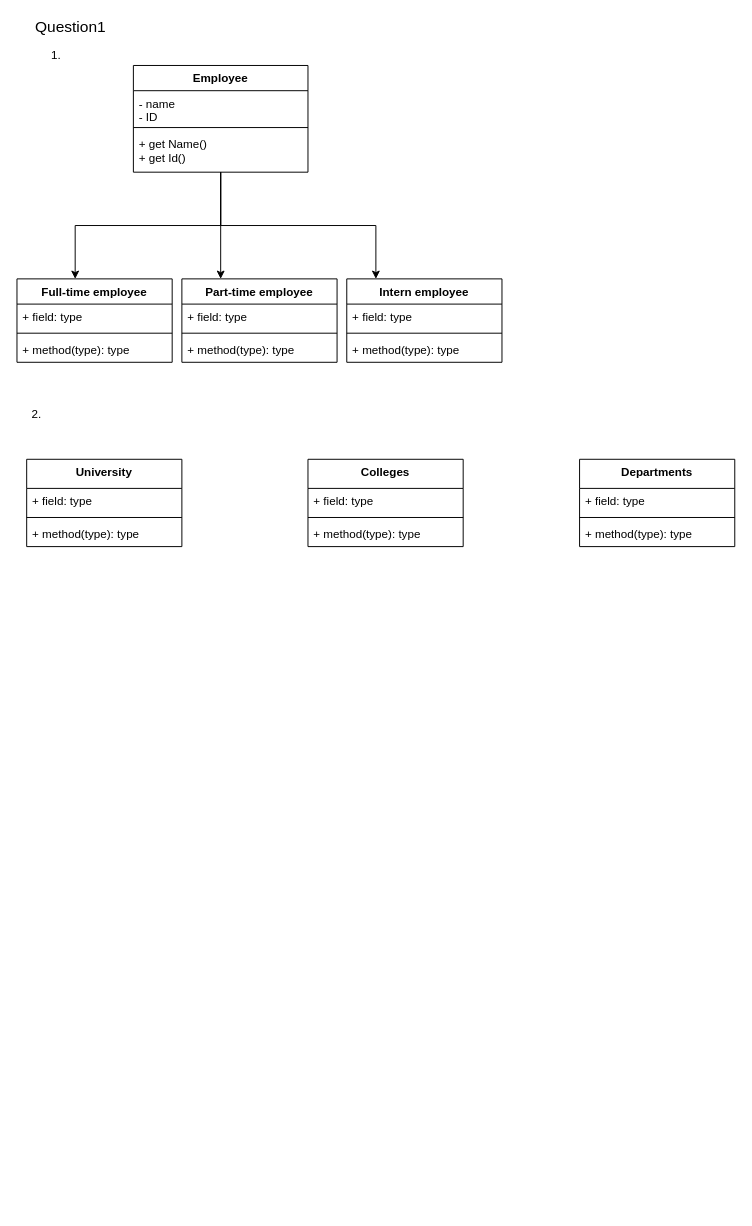
This is Yuhao/Untitled Diagram.drawio from 1kzpro/international, a draw.io file, before an edit. Source tidied: cells renumbered, new cells numbered last; positions are measured from the earlier drawing's top-left corner, leaving out a move shared by most shapes. Both pictures are drawn from the tidied source at 97%, with x=0, y=0 at pixel (16, 16).
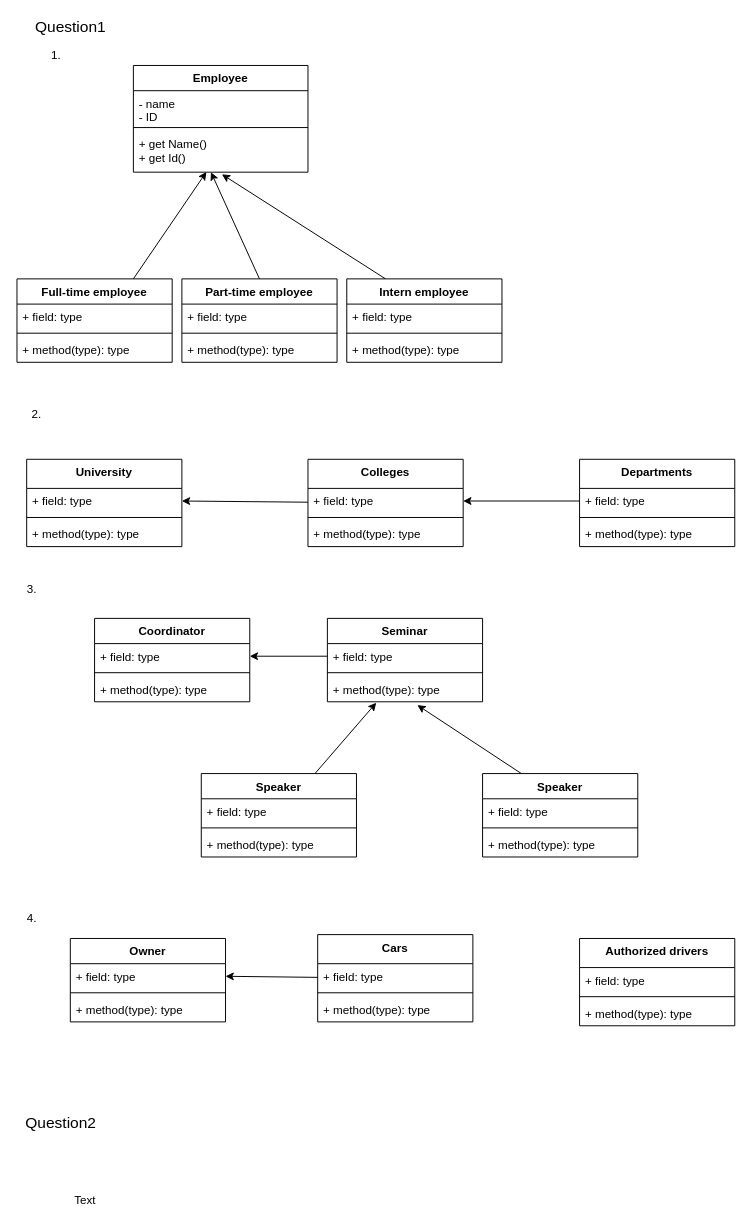
The same diagram, later.

Unchanged cells that the change refers to:
```xml
<mxCell id="7" value="Employee" style="swimlane;fontStyle=1;align=center;verticalAlign=top;horizontal=1;startSize=26;" parent="1" vertex="1">
  <mxGeometry x="120" y="50" width="180" height="110" as="geometry" />
</mxCell>
<mxCell id="10" value="+ get Name()&#10;+ get Id()" style="text;strokeColor=none;fillColor=none;align=left;verticalAlign=top;spacingLeft=4;spacingRight=4;overflow=hidden;points=[[0,0.5],[1,0.5]];portConstraint=eastwest;" parent="7" vertex="1">
  <mxGeometry y="68" width="180" height="42" as="geometry" />
</mxCell>
<mxCell id="11" value="Intern employee" style="swimlane;fontStyle=1;align=center;verticalAlign=top;horizontal=1;startSize=26;" parent="1" vertex="1">
  <mxGeometry x="340" y="270" width="160" height="86" as="geometry" />
</mxCell>
<mxCell id="15" value="Part-time employee" style="swimlane;fontStyle=1;align=center;verticalAlign=top;horizontal=1;startSize=26;" parent="1" vertex="1">
  <mxGeometry x="170" y="270" width="160" height="86" as="geometry" />
</mxCell>
<mxCell id="19" value="Full-time employee" style="swimlane;fontStyle=1;align=center;verticalAlign=top;horizontal=1;startSize=26;" parent="1" vertex="1">
  <mxGeometry y="270" width="160" height="86" as="geometry" />
</mxCell>
<mxCell id="25" value="+ field: type" style="text;strokeColor=none;fillColor=none;align=left;verticalAlign=top;spacingLeft=4;spacingRight=4;overflow=hidden;points=[[0,0.5],[1,0.5]];portConstraint=eastwest;" parent="24" vertex="1">
  <mxGeometry y="30" width="160" height="26" as="geometry" />
</mxCell>
<mxCell id="28" value="Colleges" style="swimlane;fontStyle=1;align=center;verticalAlign=top;horizontal=1;startSize=30;" parent="1" vertex="1">
  <mxGeometry x="300" y="456" width="160" height="90" as="geometry" />
</mxCell>
<mxCell id="29" value="+ field: type" style="text;strokeColor=none;fillColor=none;align=left;verticalAlign=top;spacingLeft=4;spacingRight=4;overflow=hidden;points=[[0,0.5],[1,0.5]];portConstraint=eastwest;" parent="28" vertex="1">
  <mxGeometry y="30" width="160" height="26" as="geometry" />
</mxCell>
<mxCell id="33" value="+ field: type" style="text;strokeColor=none;fillColor=none;align=left;verticalAlign=top;spacingLeft=4;spacingRight=4;overflow=hidden;points=[[0,0.5],[1,0.5]];portConstraint=eastwest;" parent="32" vertex="1">
  <mxGeometry y="30" width="160" height="26" as="geometry" />
</mxCell>
```

Change to the diagram source:
```diff
@@
-    <mxCell id="4" style="edgeStyle=orthogonalEdgeStyle;rounded=0;jettySize=auto;html=1;" parent="1" edge="1" source="10">
-      <mxGeometry relative="1" as="geometry">
-        <mxPoint x="60" y="270" as="targetPoint" />
-        <Array as="points">
-          <mxPoint x="210" y="215" />
-          <mxPoint x="60" y="215" />
-        </Array>
-      </mxGeometry>
-    </mxCell>
-    <mxCell id="5" style="edgeStyle=orthogonalEdgeStyle;rounded=0;jettySize=auto;html=1;" parent="1" edge="1" source="7">
-      <mxGeometry relative="1" as="geometry">
-        <mxPoint x="370" y="270" as="targetPoint" />
-        <Array as="points">
-          <mxPoint x="210" y="215" />
-          <mxPoint x="370" y="215" />
-          <mxPoint x="370" y="270" />
-        </Array>
-      </mxGeometry>
-    </mxCell>
-    <mxCell id="6" style="edgeStyle=orthogonalEdgeStyle;rounded=0;jettySize=auto;html=1;" parent="1" edge="1" source="7">
-      <mxGeometry relative="1" as="geometry">
-        <mxPoint x="210" y="270" as="targetPoint" />
-      </mxGeometry>
-    </mxCell>
@@
+    <mxCell id="36" style="edgeStyle=none;rounded=0;jettySize=auto;html=1;exitX=0.25;exitY=0;exitDx=0;exitDy=0;entryX=0.507;entryY=1.052;entryDx=0;entryDy=0;entryPerimeter=0;" parent="1" edge="1" source="11" target="10">
+      <mxGeometry relative="1" as="geometry" />
+    </mxCell>
@@
+    <mxCell id="37" style="edgeStyle=none;rounded=0;jettySize=auto;html=1;exitX=0.5;exitY=0;exitDx=0;exitDy=0;" parent="1" edge="1" source="15">
+      <mxGeometry relative="1" as="geometry">
+        <mxPoint x="200" y="160" as="targetPoint" />
+      </mxGeometry>
+    </mxCell>
@@
+    <mxCell id="38" style="edgeStyle=none;rounded=0;jettySize=auto;html=1;exitX=0.75;exitY=0;exitDx=0;exitDy=0;entryX=0.418;entryY=0.995;entryDx=0;entryDy=0;entryPerimeter=0;" parent="1" edge="1" source="19" target="10">
+      <mxGeometry relative="1" as="geometry" />
+    </mxCell>
@@
+    <mxCell id="39" style="edgeStyle=none;rounded=0;jettySize=auto;html=1;entryX=1;entryY=0.5;entryDx=0;entryDy=0;" parent="1" edge="1" source="28" target="25">
+      <mxGeometry relative="1" as="geometry" />
+    </mxCell>
@@
+    <mxCell id="40" style="edgeStyle=none;rounded=0;jettySize=auto;html=1;entryX=1;entryY=0.5;entryDx=0;entryDy=0;" parent="1" edge="1" source="33" target="29">
+      <mxGeometry relative="1" as="geometry" />
+    </mxCell>
+    <mxCell id="41" value="3." style="text;html=1;align=center;verticalAlign=middle;fillColor=none;strokeColor=none;rounded=0;" parent="1" vertex="1">
+      <mxGeometry y="580" width="30" height="20" as="geometry" />
+    </mxCell>
+    <mxCell id="42" value="Coordinator" style="swimlane;fontStyle=1;align=center;verticalAlign=top;horizontal=1;startSize=26;" parent="1" vertex="1">
+      <mxGeometry x="80" y="620" width="160" height="86" as="geometry" />
+    </mxCell>
+    <mxCell id="43" value="+ field: type" style="text;strokeColor=none;fillColor=none;align=left;verticalAlign=top;spacingLeft=4;spacingRight=4;overflow=hidden;points=[[0,0.5],[1,0.5]];portConstraint=eastwest;" parent="42" vertex="1">
+      <mxGeometry y="26" width="160" height="26" as="geometry" />
+    </mxCell>
+    <mxCell id="44" style="line;strokeWidth=1;fillColor=none;align=left;verticalAlign=middle;spacingTop=-1;spacingLeft=3;spacingRight=3;labelPosition=right;" parent="42" vertex="1">
+      <mxGeometry y="52" width="160" height="8" as="geometry" />
+    </mxCell>
+    <mxCell id="45" value="+ method(type): type" style="text;strokeColor=none;fillColor=none;align=left;verticalAlign=top;spacingLeft=4;spacingRight=4;overflow=hidden;" parent="42" vertex="1">
+      <mxGeometry y="60" width="160" height="26" as="geometry" />
+    </mxCell>
+    <mxCell id="46" style="edgeStyle=none;rounded=0;jettySize=auto;html=1;entryX=0.315;entryY=1.038;entryDx=0;entryDy=0;entryPerimeter=0;" parent="1" edge="1" source="47" target="59">
+      <mxGeometry relative="1" as="geometry" />
+    </mxCell>
+    <mxCell id="47" value="Speaker" style="swimlane;fontStyle=1;align=center;verticalAlign=top;horizontal=1;startSize=26;" parent="1" vertex="1">
+      <mxGeometry x="190" y="780" width="160" height="86" as="geometry" />
+    </mxCell>
+    <mxCell id="48" value="+ field: type" style="text;strokeColor=none;fillColor=none;align=left;verticalAlign=top;spacingLeft=4;spacingRight=4;overflow=hidden;" parent="47" vertex="1">
+      <mxGeometry y="26" width="160" height="26" as="geometry" />
+    </mxCell>
+    <mxCell id="49" style="line;strokeWidth=1;fillColor=none;align=left;verticalAlign=middle;spacingTop=-1;spacingLeft=3;spacingRight=3;labelPosition=right;" parent="47" vertex="1">
+      <mxGeometry y="52" width="160" height="8" as="geometry" />
+    </mxCell>
+    <mxCell id="50" value="+ method(type): type" style="text;strokeColor=none;fillColor=none;align=left;verticalAlign=top;spacingLeft=4;spacingRight=4;overflow=hidden;" parent="47" vertex="1">
+      <mxGeometry y="60" width="160" height="26" as="geometry" />
+    </mxCell>
+    <mxCell id="51" style="edgeStyle=none;rounded=0;jettySize=auto;html=1;exitX=0.25;exitY=0;exitDx=0;exitDy=0;entryX=0.58;entryY=1.131;entryDx=0;entryDy=0;entryPerimeter=0;" parent="1" edge="1" source="52" target="59">
+      <mxGeometry relative="1" as="geometry" />
+    </mxCell>
+    <mxCell id="52" value="Speaker" style="swimlane;fontStyle=1;align=center;verticalAlign=top;horizontal=1;startSize=26;" parent="1" vertex="1">
+      <mxGeometry x="480" y="780" width="160" height="86" as="geometry" />
+    </mxCell>
+    <mxCell id="53" value="+ field: type" style="text;strokeColor=none;fillColor=none;align=left;verticalAlign=top;spacingLeft=4;spacingRight=4;overflow=hidden;" parent="52" vertex="1">
+      <mxGeometry y="26" width="160" height="26" as="geometry" />
+    </mxCell>
+    <mxCell id="54" style="line;strokeWidth=1;fillColor=none;align=left;verticalAlign=middle;spacingTop=-1;spacingLeft=3;spacingRight=3;labelPosition=right;" parent="52" vertex="1">
+      <mxGeometry y="52" width="160" height="8" as="geometry" />
+    </mxCell>
+    <mxCell id="55" value="+ method(type): type" style="text;strokeColor=none;fillColor=none;align=left;verticalAlign=top;spacingLeft=4;spacingRight=4;overflow=hidden;" parent="52" vertex="1">
+      <mxGeometry y="60" width="160" height="26" as="geometry" />
+    </mxCell>
+    <mxCell id="56" value="Seminar" style="swimlane;fontStyle=1;align=center;verticalAlign=top;horizontal=1;startSize=26;" parent="1" vertex="1">
+      <mxGeometry x="320" y="620" width="160" height="86" as="geometry" />
+    </mxCell>
+    <mxCell id="57" value="+ field: type" style="text;strokeColor=none;fillColor=none;align=left;verticalAlign=top;spacingLeft=4;spacingRight=4;overflow=hidden;points=[[0,0.5],[1,0.5]];portConstraint=eastwest;" parent="56" vertex="1">
+      <mxGeometry y="26" width="160" height="26" as="geometry" />
+    </mxCell>
+    <mxCell id="58" style="line;strokeWidth=1;fillColor=none;align=left;verticalAlign=middle;spacingTop=-1;spacingLeft=3;spacingRight=3;labelPosition=right;" parent="56" vertex="1">
+      <mxGeometry y="52" width="160" height="8" as="geometry" />
+    </mxCell>
+    <mxCell id="59" value="+ method(type): type" style="text;strokeColor=none;fillColor=none;align=left;verticalAlign=top;spacingLeft=4;spacingRight=4;overflow=hidden;points=[[0,0.5],[1,0.5]];portConstraint=eastwest;" parent="56" vertex="1">
+      <mxGeometry y="60" width="160" height="26" as="geometry" />
+    </mxCell>
+    <mxCell id="60" style="edgeStyle=none;rounded=0;jettySize=auto;html=1;exitX=0;exitY=0.5;exitDx=0;exitDy=0;entryX=1;entryY=0.5;entryDx=0;entryDy=0;" parent="1" edge="1" source="57" target="43">
+      <mxGeometry relative="1" as="geometry" />
+    </mxCell>
+    <mxCell id="61" value="4." style="text;html=1;align=center;verticalAlign=middle;fillColor=none;strokeColor=none;rounded=0;" parent="1" vertex="1">
+      <mxGeometry y="920" width="30" height="20" as="geometry" />
+    </mxCell>
+    <mxCell id="62" style="edgeStyle=none;rounded=0;jettySize=auto;html=1;entryX=1;entryY=0.5;entryDx=0;entryDy=0;" parent="1" edge="1" source="63" target="68">
+      <mxGeometry relative="1" as="geometry" />
+    </mxCell>
+    <mxCell id="63" value="Cars" style="swimlane;fontStyle=1;align=center;verticalAlign=top;horizontal=1;startSize=30;" parent="1" vertex="1">
+      <mxGeometry x="310" y="946" width="160" height="90" as="geometry" />
+    </mxCell>
+    <mxCell id="64" value="+ field: type" style="text;strokeColor=none;fillColor=none;align=left;verticalAlign=top;spacingLeft=4;spacingRight=4;overflow=hidden;" parent="63" vertex="1">
+      <mxGeometry y="30" width="160" height="26" as="geometry" />
+    </mxCell>
+    <mxCell id="65" style="line;strokeWidth=1;fillColor=none;align=left;verticalAlign=middle;spacingTop=-1;spacingLeft=3;spacingRight=3;labelPosition=right;" parent="63" vertex="1">
+      <mxGeometry y="56" width="160" height="8" as="geometry" />
+    </mxCell>
+    <mxCell id="66" value="+ method(type): type" style="text;strokeColor=none;fillColor=none;align=left;verticalAlign=top;spacingLeft=4;spacingRight=4;overflow=hidden;" parent="63" vertex="1">
+      <mxGeometry y="64" width="160" height="26" as="geometry" />
+    </mxCell>
+    <mxCell id="67" value="Owner" style="swimlane;fontStyle=1;align=center;verticalAlign=top;horizontal=1;startSize=26;" parent="1" vertex="1">
+      <mxGeometry x="55" y="950" width="160" height="86" as="geometry" />
+    </mxCell>
+    <mxCell id="68" value="+ field: type" style="text;strokeColor=none;fillColor=none;align=left;verticalAlign=top;spacingLeft=4;spacingRight=4;overflow=hidden;points=[[0,0.5],[1,0.5]];portConstraint=eastwest;" parent="67" vertex="1">
+      <mxGeometry y="26" width="160" height="26" as="geometry" />
+    </mxCell>
+    <mxCell id="69" style="line;strokeWidth=1;fillColor=none;align=left;verticalAlign=middle;spacingTop=-1;spacingLeft=3;spacingRight=3;labelPosition=right;" parent="67" vertex="1">
+      <mxGeometry y="52" width="160" height="8" as="geometry" />
+    </mxCell>
+    <mxCell id="70" value="+ method(type): type" style="text;strokeColor=none;fillColor=none;align=left;verticalAlign=top;spacingLeft=4;spacingRight=4;overflow=hidden;" parent="67" vertex="1">
+      <mxGeometry y="60" width="160" height="26" as="geometry" />
+    </mxCell>
+    <mxCell id="71" value="Authorized drivers" style="swimlane;fontStyle=1;align=center;verticalAlign=top;horizontal=1;startSize=30;" parent="1" vertex="1">
+      <mxGeometry x="580" y="950" width="160" height="90" as="geometry" />
+    </mxCell>
+    <mxCell id="72" value="+ field: type" style="text;strokeColor=none;fillColor=none;align=left;verticalAlign=top;spacingLeft=4;spacingRight=4;overflow=hidden;" parent="71" vertex="1">
+      <mxGeometry y="30" width="160" height="26" as="geometry" />
+    </mxCell>
+    <mxCell id="73" style="line;strokeWidth=1;fillColor=none;align=left;verticalAlign=middle;spacingTop=-1;spacingLeft=3;spacingRight=3;labelPosition=right;" parent="71" vertex="1">
+      <mxGeometry y="56" width="160" height="8" as="geometry" />
+    </mxCell>
+    <mxCell id="74" value="+ method(type): type" style="text;strokeColor=none;fillColor=none;align=left;verticalAlign=top;spacingLeft=4;spacingRight=4;overflow=hidden;" parent="71" vertex="1">
+      <mxGeometry y="64" width="160" height="26" as="geometry" />
+    </mxCell>
+    <mxCell id="75" value="&lt;font style=&quot;font-size: 16px&quot;&gt;Question2&lt;/font&gt;" style="text;html=1;align=center;verticalAlign=middle;fillColor=none;strokeColor=none;rounded=0;" parent="1" vertex="1">
+      <mxGeometry y="1130" width="90" height="20" as="geometry" />
+    </mxCell>
+    <mxCell id="76" value="Text" style="text;html=1;align=center;verticalAlign=middle;fillColor=none;strokeColor=none;rounded=0;" parent="1" vertex="1">
+      <mxGeometry x="50" y="1210" width="40" height="20" as="geometry" />
+    </mxCell>
```
